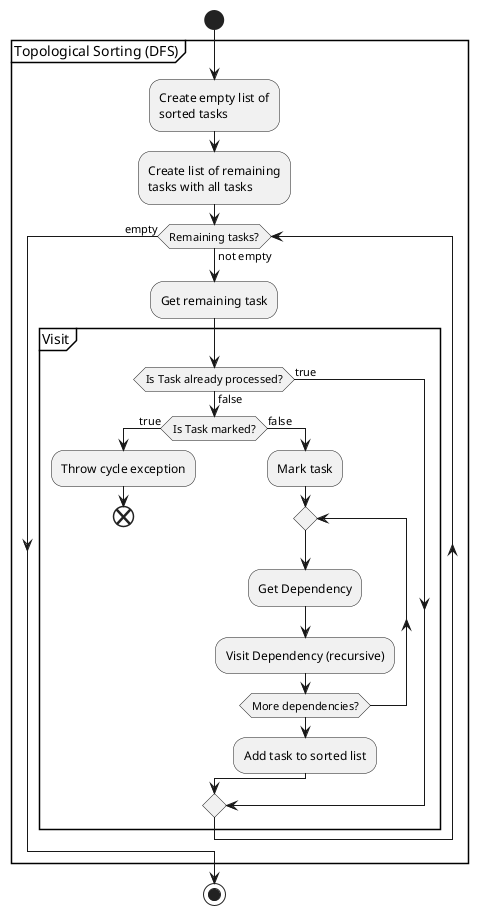
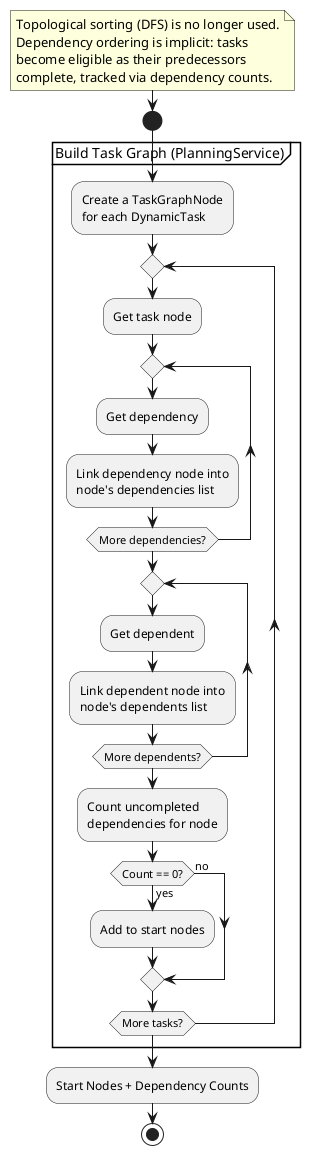
@startuml
+ note
+   Topological sorting (DFS) is no longer used.
+   Dependency ordering is implicit: tasks
+   become eligible as their predecessors
+   complete, tracked via dependency counts.
+ end note
+ 
start

- partition Topological Sorting (DFS) {
-   :Create empty list of
-   sorted tasks;
-   :Create list of remaining
-   tasks with all tasks;
-   while (Remaining tasks?) is (not empty)
-     :Get remaining task;
+ partition "Build Task Graph (PlanningService)" {
+   :Create a TaskGraphNode
+   for each DynamicTask;
+   repeat
+     :Get task node;
+     repeat
+       :Get dependency;
+       :Link dependency node into
+       node's dependencies list;
+     repeat while (More dependencies?)
+     repeat
+       :Get dependent;
+       :Link dependent node into
+       node's dependents list;
+     repeat while (More dependents?)
+     :Count uncompleted
+     dependencies for node;
+     if (Count == 0?) then (yes)
+       :Add to start nodes;
+     else (no)
+     endif
+   repeat while (More tasks?)
+ }

-     partition Visit {
-       if (Is Task already processed?) is (true) then
-       else (false)
-         if (Is Task marked?) is (true) then
-           :Throw cycle exception;
-           end
-         else  (false)
-           :Mark task;
-           repeat
-             :Get Dependency;
-             :Visit Dependency (recursive);
-           repeat while (More dependencies?)
-           :Add task to sorted list;
-         endif
-       endif
-     }
-   endwhile (empty)
- }
+ :Start Nodes + Dependency Counts; <<object>>

stop
@enduml
